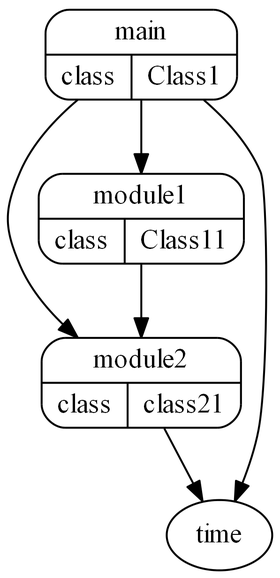
This is doc/graphs/uses_diagram.png from jahrWork/software_design, a Graphviz export, as it was before one commit. Its source is kept beside it as doc/graphs/uses_diagram.dot.
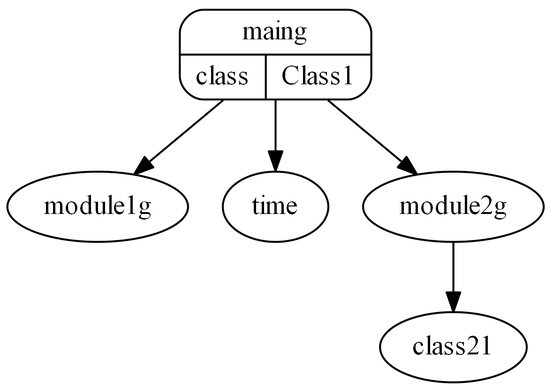
The same file after the commit.

Diff of the diagram source:
```diff
@@ -1,16 +1,14 @@
 digraph G {
 	graph [dpi=300, name="Diagrama import"];
 	node [label="\N"];
-	graph [bb="0,0,135.31,288"];
-	module2 [label="{module2|{{class\l}|{class21}}}", shape=Mrecord, pos="68.306,96", width="1.4167", height="0.65278"];
-	time [label=time, shape=ellipse, pos="108.31,18", width="0.75", height="0.5"];
-	main [label="{main|{{class\l}|{Class1}}}", shape=Mrecord, pos="68.306,264", width="1.3611", height="0.65278"];
-	module1 [label="{module1|{{class\l}|{Class11}}}", shape=Mrecord, pos="68.306,180", width="1.4514", height="0.65278"];
-	main -> module1 [pos="e,68.306,203.1 68.306,240.59 68.306,232.12 68.306,222.3 68.306,213.1"];
-	module2 -> time [pos="e,99.651,35.444 80.091,72.609 84.743,63.769 90.113,53.566 94.911,44.449"];
-	main -> time [pos="e,116.14,35.279 100.31,240.78 111.7,230.97 123.21,218.38 129.31,204 133.22,194.78 133.56,99.878 128.31,72 126.58,62.831 123.38,53.179\
- 120.05,44.661"];
-	main -> module2 [pos="e,35.785,119.12 35.785,240.88 24.21,231.08 12.513,218.48 6.3057,204 -2.1019,184.39 -2.1019,175.61 6.3057,156 11.155,144.69 19.355\
-,134.52 28.23,125.95"];
-	module1 -> module2 [pos="e,68.306,119.1 68.306,156.59 68.306,148.12 68.306,138.3 68.306,129.1"];
+	graph [bb="0,0,275,192"];
+	class21 [label=class21, shape=ellipse, pos="228,18", width="1.0375", height="0.5"];
+	maing [label="{maing|{{class\l}|{Class1}}}", shape=Mrecord, pos="137,168", width="1.3611", height="0.65278"];
+	module1g [label=module1g, shape=ellipse, pos="46,90", width="1.2798", height="0.5"];
+	time [label=time, shape=ellipse, pos="137,90", width="0.75", height="0.5"];
+	module2g [shape=ellipse, pos="228,90", width="1.2798", height="0.5"];
+	module2g -> class21 [pos="e,228,36.104 228,71.697 228,63.983 228,54.712 228,46.112"];
+	maing -> time [pos="e,137,108.41 137,144.61 137,136.48 137,127.2 137,118.67"];
+	maing -> module1g [pos="e,64.552,106.49 110.19,144.61 98.262,134.65 84.261,122.95 72.384,113.03"];
+	maing -> module2g [pos="e,209.45,106.49 163.81,144.61 175.74,134.65 189.74,122.95 201.62,113.03"];
 }
```
